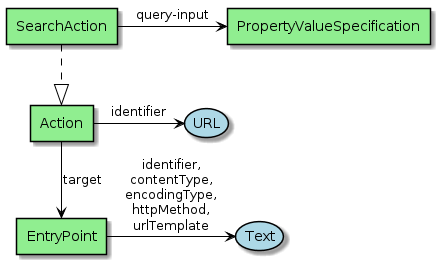
This is series/diagrams/Action.png from eovoc/eo-on-schema.org, a PlantUML export, as it was before one commit.
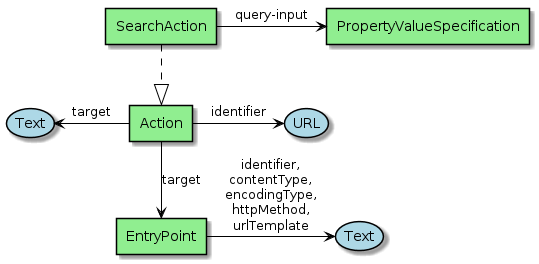
The same diagram one commit later.

What changed in the source:
```diff
@@ -25,6 +25,8 @@
 
 Action -down-> EntryPoint : "target"
 
+Action -left-> (Text ) : "target"
+
 Action -right-> (URL) : "identifier"
 
 EntryPoint -right-> (Text) : "identifier,\ncontentType,\nencodingType,\nhttpMethod,\nurlTemplate"
```
